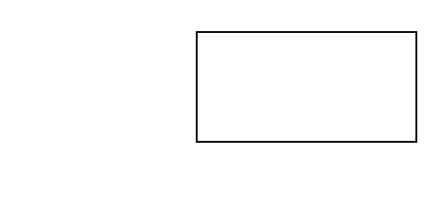
Above: 未命名绘图.drawio in EndlessCheng/EndlessCheng (draw.io), before the change. Source tidied: cells renumbered, new cells numbered last; positions are measured from the earlier drawing's top-left corner, leaving out a move shared by most shapes. Both pictures are drawn from the tidied source at 183%, with x=0, y=0 at pixel (196, 31).
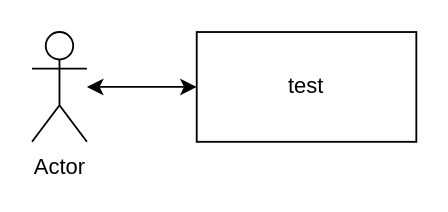
The same page after the edit.

Commit message (it also covers changes not shown here):
更新未命名绘图.drawio

Change to the diagram source:
```diff
@@
 <mxGraphModel>
   <root>
     <mxCell id="0" />
     <mxCell id="1" parent="0" />
-    <mxCell id="2" style="rounded=0;whiteSpace=wrap;html=1;" parent="1" vertex="1">
+    <mxCell id="2" value="test" style="rounded=0;whiteSpace=wrap;html=1;" parent="1" vertex="1">
       <mxGeometry width="120" height="60" as="geometry" />
     </mxCell>
+    <mxCell id="3" style="endArrow=classic;startArrow=classic;html=1;rounded=0;exitX=0;exitY=0.5;exitDx=0;exitDy=0;" parent="1" edge="1" source="2" target="4">
+      <mxGeometry relative="1" as="geometry" />
+    </mxCell>
+    <mxCell id="4" value="Actor" style="shape=umlActor;verticalLabelPosition=bottom;verticalAlign=top;html=1;outlineConnect=0;" parent="1" vertex="1">
+      <mxGeometry x="-90" width="30" height="60" as="geometry" />
+    </mxCell>
   </root>
 </mxGraphModel>
```
